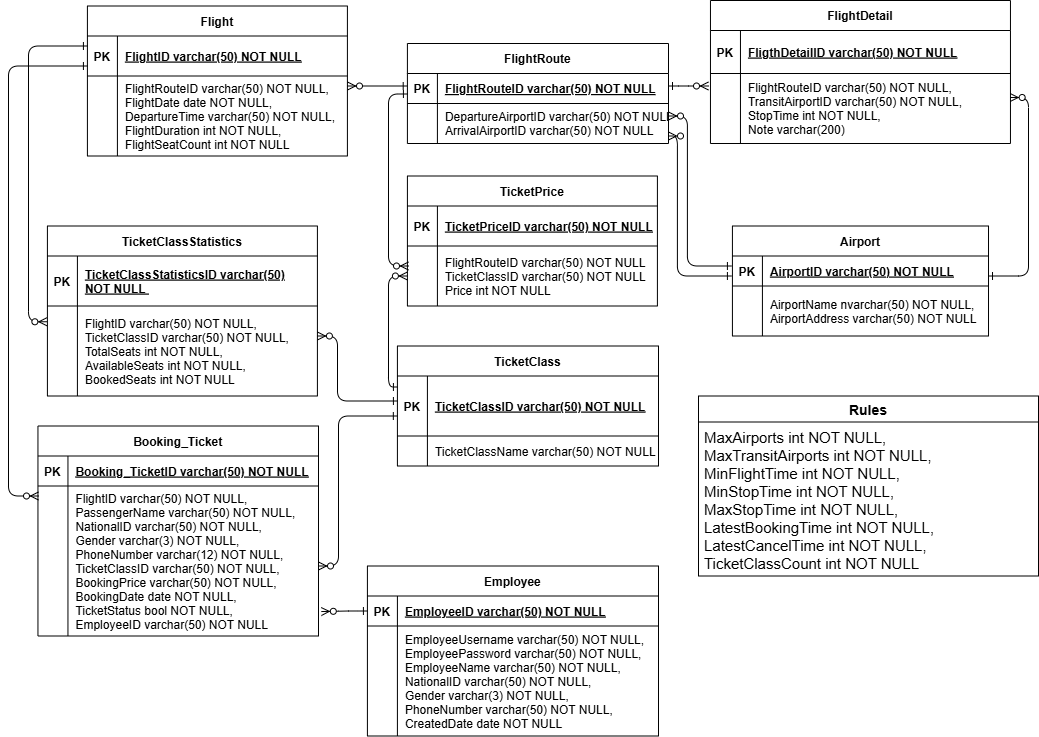
This is database_postgresql/Database_TA.png from Intro-SE/plane-be, a draw.io export, as it was before one commit. Source tidied: cells renumbered, new cells last; positions are measured from the earlier drawing's top-left corner, leaving out a move shared by most shapes.
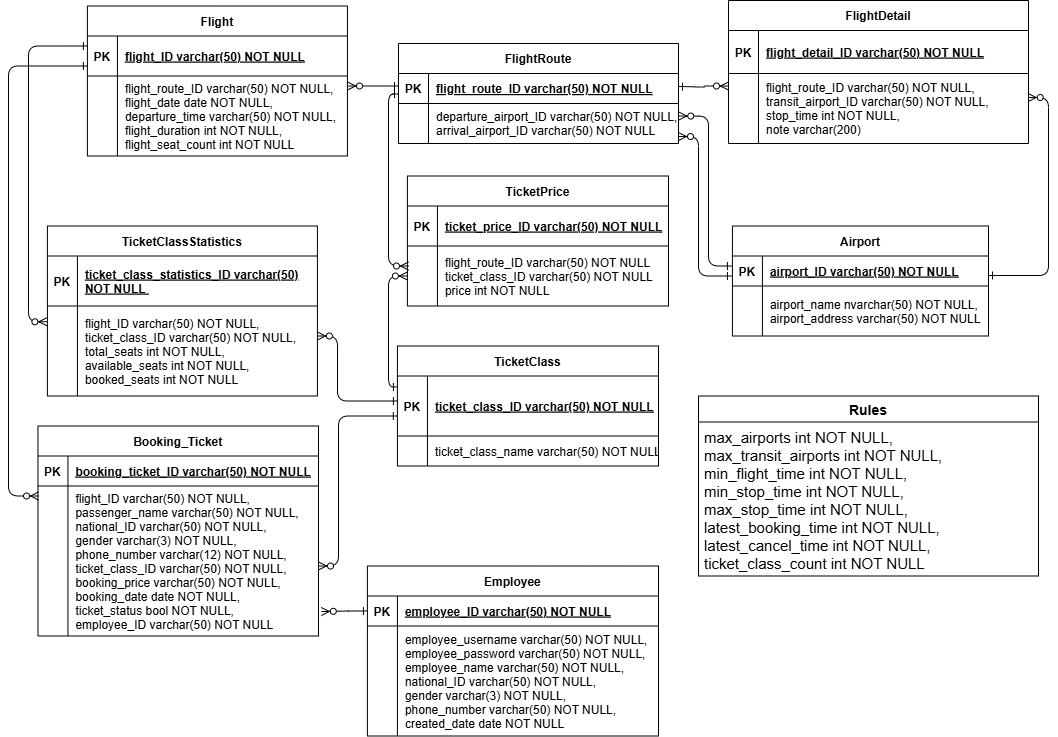
After the commit.

What changed in the source:
```diff
@@ -5,6 +5,6 @@
     <mxCell id="2" value="FlightRoute" style="shape=table;startSize=30;rowLines=0;fontStyle=1;align=center;" parent="1" vertex="1">
-      <mxGeometry x="398.9" y="43" width="261.1" height="100" as="geometry" />
+      <mxGeometry x="390" y="43" width="280" height="100" as="geometry" />
     </mxCell>
     <mxCell id="3" style="shape=partialRectangle;fillColor=none;points=[[0,0.5],[1,0.5]];portConstraint=eastwest;top=0;left=0;right=0;bottom=1;" parent="2" vertex="1">
-      <mxGeometry y="30" width="261.1" height="30" as="geometry" />
+      <mxGeometry y="30" width="280" height="30" as="geometry" />
     </mxCell>
@@ -13,7 +13,7 @@
     </mxCell>
-    <mxCell id="5" value="FlightRouteID varchar(50) NOT NULL " style="shape=partialRectangle;overflow=hidden;fillColor=none;top=0;left=0;bottom=0;right=0;align=left;spacingLeft=6;fontStyle=5;" parent="3" vertex="1">
-      <mxGeometry x="30" width="231.1" height="30" as="geometry" />
+    <mxCell id="5" value="flight_route_ID varchar(50) NOT NULL " style="shape=partialRectangle;overflow=hidden;fillColor=none;top=0;left=0;bottom=0;right=0;align=left;spacingLeft=6;fontStyle=5;" parent="3" vertex="1">
+      <mxGeometry x="30" width="250" height="30" as="geometry" />
     </mxCell>
     <mxCell id="6" style="shape=partialRectangle;fillColor=none;points=[[0,0.5],[1,0.5]];portConstraint=eastwest;top=0;left=0;right=0;bottom=0;" parent="2" vertex="1">
-      <mxGeometry y="60" width="261.1" height="40" as="geometry" />
+      <mxGeometry y="60" width="280" height="40" as="geometry" />
     </mxCell>
@@ -22,7 +22,7 @@
     </mxCell>
-    <mxCell id="8" value="DepartureAirportID varchar(50) NOT NULL,&#10;ArrivalAirportID varchar(50) NOT NULL" style="shape=partialRectangle;overflow=hidden;fillColor=none;top=0;left=0;bottom=0;right=0;align=left;spacingLeft=6;" parent="6" vertex="1">
-      <mxGeometry x="30" width="231.1" height="40" as="geometry" />
+    <mxCell id="8" value="departure_airport_ID varchar(50) NOT NULL,&#10;arrival_airport_ID varchar(50) NOT NULL" style="shape=partialRectangle;overflow=hidden;fillColor=none;top=0;left=0;bottom=0;right=0;align=left;spacingLeft=6;" parent="6" vertex="1">
+      <mxGeometry x="30" width="250" height="40" as="geometry" />
     </mxCell>
     <mxCell id="9" value="FlightDetail" style="shape=table;startSize=30;rowLines=0;fontStyle=1;align=center;" parent="1" vertex="1">
-      <mxGeometry x="702" width="300" height="143" as="geometry" />
+      <mxGeometry x="720" width="300" height="143" as="geometry" />
     </mxCell>
@@ -34,3 +34,3 @@
     </mxCell>
-    <mxCell id="12" value="FligthDetailID varchar(50) NOT NULL" style="shape=partialRectangle;overflow=hidden;fillColor=none;top=0;left=0;bottom=0;right=0;align=left;spacingLeft=6;fontStyle=5;fontColor=default;" parent="10" vertex="1">
+    <mxCell id="12" value="flight_detail_ID varchar(50) NOT NULL" style="shape=partialRectangle;overflow=hidden;fillColor=none;top=0;left=0;bottom=0;right=0;align=left;spacingLeft=6;fontStyle=5;fontColor=default;" parent="10" vertex="1">
       <mxGeometry x="30" width="270" height="43" as="geometry" />
@@ -43,3 +43,3 @@
     </mxCell>
-    <mxCell id="15" value="FlightRouteID varchar(50) NOT NULL,&#10;TransitAirportID varchar(50) NOT NULL,&#10;StopTime int NOT NULL,&#10;Note varchar(200)" style="shape=partialRectangle;overflow=hidden;fillColor=none;top=0;left=0;bottom=0;right=0;align=left;spacingLeft=6;" parent="13" vertex="1">
+    <mxCell id="15" value="flight_route_ID varchar(50) NOT NULL,&#10;transit_airport_ID varchar(50) NOT NULL,&#10;stop_time int NOT NULL,&#10;note varchar(200)" style="shape=partialRectangle;overflow=hidden;fillColor=none;top=0;left=0;bottom=0;right=0;align=left;spacingLeft=6;" parent="13" vertex="1">
       <mxGeometry x="30" width="270" height="70" as="geometry" />
@@ -55,3 +55,3 @@
     </mxCell>
-    <mxCell id="19" value="FlightID varchar(50) NOT NULL " style="shape=partialRectangle;overflow=hidden;fillColor=none;top=0;left=0;bottom=0;right=0;align=left;spacingLeft=6;fontStyle=5;" parent="17" vertex="1">
+    <mxCell id="19" value="flight_ID varchar(50) NOT NULL " style="shape=partialRectangle;overflow=hidden;fillColor=none;top=0;left=0;bottom=0;right=0;align=left;spacingLeft=6;fontStyle=5;" parent="17" vertex="1">
       <mxGeometry x="30" width="230" height="40" as="geometry" />
@@ -64,3 +64,3 @@
     </mxCell>
-    <mxCell id="22" value="FlightRouteID varchar(50) NOT NULL,&#10;FlightDate date NOT NULL,&#10;DepartureTime varchar(50) NOT NULL,&#10;FlightDuration int NOT NULL,&#10;FlightSeatCount int NOT NULL" style="shape=partialRectangle;overflow=hidden;fillColor=none;top=0;left=0;bottom=0;right=0;align=left;spacingLeft=6;fontSize=12;" parent="20" vertex="1">
+    <mxCell id="22" value="flight_route_ID varchar(50) NOT NULL,&#10;flight_date date NOT NULL,&#10;departure_time varchar(50) NOT NULL,&#10;flight_duration int NOT NULL,&#10;flight_seat_count int NOT NULL" style="shape=partialRectangle;overflow=hidden;fillColor=none;top=0;left=0;bottom=0;right=0;align=left;spacingLeft=6;fontSize=12;" parent="20" vertex="1">
       <mxGeometry x="30" width="230" height="80" as="geometry" />
@@ -76,3 +76,3 @@
     </mxCell>
-    <mxCell id="26" value="TicketClassStatisticsID varchar(50) &#10;NOT NULL " style="shape=partialRectangle;overflow=hidden;fillColor=none;top=0;left=0;bottom=0;right=0;align=left;spacingLeft=6;fontStyle=5;" parent="24" vertex="1">
+    <mxCell id="26" value="ticket_class_statistics_ID varchar(50) &#10;NOT NULL " style="shape=partialRectangle;overflow=hidden;fillColor=none;top=0;left=0;bottom=0;right=0;align=left;spacingLeft=6;fontStyle=5;" parent="24" vertex="1">
       <mxGeometry x="30" width="240" height="50" as="geometry" />
@@ -85,3 +85,3 @@
     </mxCell>
-    <mxCell id="29" value="FlightID varchar(50) NOT NULL,&#10;TicketClassID varchar(50) NOT NULL,&#10;TotalSeats int NOT NULL,&#10;AvailableSeats int NOT NULL,&#10;BookedSeats int NOT NULL" style="shape=partialRectangle;overflow=hidden;fillColor=none;top=0;left=0;bottom=0;right=0;align=left;spacingLeft=6;" parent="27" vertex="1">
+    <mxCell id="29" value="flight_ID varchar(50) NOT NULL,&#10;ticket_class_ID varchar(50) NOT NULL,&#10;total_seats int NOT NULL,&#10;available_seats int NOT NULL,&#10;booked_seats int NOT NULL" style="shape=partialRectangle;overflow=hidden;fillColor=none;top=0;left=0;bottom=0;right=0;align=left;spacingLeft=6;" parent="27" vertex="1">
       <mxGeometry x="30" width="240" height="90" as="geometry" />
@@ -98,6 +98,6 @@
     <mxCell id="31" value="TicketPrice" style="shape=table;startSize=30;rowLines=0;fontStyle=1;align=center;" parent="1" vertex="1">
-      <mxGeometry x="398.9" y="175.5" width="250" height="130" as="geometry" />
+      <mxGeometry x="398.9" y="175.5" width="261.1" height="130" as="geometry" />
     </mxCell>
     <mxCell id="32" style="shape=partialRectangle;fillColor=none;top=0;left=0;right=0;bottom=1;" parent="31" vertex="1">
-      <mxGeometry y="30" width="250" height="40" as="geometry" />
+      <mxGeometry y="30" width="261.1" height="40" as="geometry" />
     </mxCell>
@@ -106,7 +106,7 @@
     </mxCell>
-    <mxCell id="34" value="TicketPriceID varchar(50) NOT NULL" style="shape=partialRectangle;overflow=hidden;fillColor=none;top=0;left=0;bottom=0;right=0;align=left;spacingLeft=6;fontStyle=5;" parent="32" vertex="1">
-      <mxGeometry x="30" width="220" height="40" as="geometry" />
+    <mxCell id="34" value="ticket_price_ID varchar(50) NOT NULL" style="shape=partialRectangle;overflow=hidden;fillColor=none;top=0;left=0;bottom=0;right=0;align=left;spacingLeft=6;fontStyle=5;" parent="32" vertex="1">
+      <mxGeometry x="30" width="231.1" height="40" as="geometry" />
     </mxCell>
     <mxCell id="35" style="shape=partialRectangle;fillColor=none;points=[[0,0.5],[1,0.5]];portConstraint=eastwest;top=0;left=0;right=0;bottom=0;" parent="31" vertex="1">
-      <mxGeometry y="70" width="250" height="60" as="geometry" />
+      <mxGeometry y="70" width="261.1" height="60" as="geometry" />
     </mxCell>
@@ -115,4 +115,4 @@
     </mxCell>
-    <mxCell id="37" value="FlightRouteID varchar(50) NOT NULL&#10;TicketClassID varchar(50) NOT NULL&#10;Price int NOT NULL" style="shape=partialRectangle;overflow=hidden;fillColor=none;top=0;left=0;bottom=0;right=0;align=left;spacingLeft=6;" parent="35" vertex="1">
-      <mxGeometry x="30" width="220" height="60" as="geometry" />
+    <mxCell id="37" value="flight_route_ID varchar(50) NOT NULL&#10;ticket_class_ID varchar(50) NOT NULL&#10;price int NOT NULL" style="shape=partialRectangle;overflow=hidden;fillColor=none;top=0;left=0;bottom=0;right=0;align=left;spacingLeft=6;" parent="35" vertex="1">
+      <mxGeometry x="30" width="231.1" height="60" as="geometry" />
     </mxCell>
@@ -127,3 +127,3 @@
     </mxCell>
-    <mxCell id="41" value="TicketClassID varchar(50) NOT NULL " style="shape=partialRectangle;overflow=hidden;fillColor=none;top=0;left=0;bottom=0;right=0;align=left;spacingLeft=6;fontStyle=5;" parent="39" vertex="1">
+    <mxCell id="41" value="ticket_class_ID varchar(50) NOT NULL " style="shape=partialRectangle;overflow=hidden;fillColor=none;top=0;left=0;bottom=0;right=0;align=left;spacingLeft=6;fontStyle=5;" parent="39" vertex="1">
       <mxGeometry x="30" width="231.1" height="60" as="geometry" />
@@ -136,3 +136,3 @@
     </mxCell>
-    <mxCell id="44" value="TicketClassName varchar(50) NOT NULL" style="shape=partialRectangle;overflow=hidden;fillColor=none;top=0;left=0;bottom=0;right=0;align=left;spacingLeft=6;" parent="42" vertex="1">
+    <mxCell id="44" value="ticket_class_name varchar(50) NOT NULL" style="shape=partialRectangle;overflow=hidden;fillColor=none;top=0;left=0;bottom=0;right=0;align=left;spacingLeft=6;" parent="42" vertex="1">
       <mxGeometry x="30" width="231.1" height="30" as="geometry" />
@@ -167,3 +167,3 @@
     </mxCell>
-    <mxCell id="50" value="AirportID varchar(50) NOT NULL " style="shape=partialRectangle;overflow=hidden;fillColor=none;top=0;left=0;bottom=0;right=0;align=left;spacingLeft=6;fontStyle=5;" parent="48" vertex="1">
+    <mxCell id="50" value="airport_ID varchar(50) NOT NULL " style="shape=partialRectangle;overflow=hidden;fillColor=none;top=0;left=0;bottom=0;right=0;align=left;spacingLeft=6;fontStyle=5;" parent="48" vertex="1">
       <mxGeometry x="30" width="226.1" height="30" as="geometry" />
@@ -176,3 +176,3 @@
     </mxCell>
-    <mxCell id="53" value="AirportName nvarchar(50) NOT NULL,&#10;AirportAddress varchar(50) NOT NULL" style="shape=partialRectangle;overflow=hidden;fillColor=none;top=0;left=0;bottom=0;right=0;align=left;spacingLeft=6;" parent="51" vertex="1">
+    <mxCell id="53" value="airport_name nvarchar(50) NOT NULL,&#10;airport_address varchar(50) NOT NULL" style="shape=partialRectangle;overflow=hidden;fillColor=none;top=0;left=0;bottom=0;right=0;align=left;spacingLeft=6;" parent="51" vertex="1">
       <mxGeometry x="30" width="226.1" height="50" as="geometry" />
@@ -188,3 +188,3 @@
     </mxCell>
-    <mxCell id="57" value="Booking_TicketID varchar(50) NOT NULL" style="shape=partialRectangle;overflow=hidden;fillColor=none;top=0;left=0;bottom=0;right=0;align=left;spacingLeft=6;fontStyle=5;" parent="55" vertex="1">
+    <mxCell id="57" value="booking_ticket_ID varchar(50) NOT NULL" style="shape=partialRectangle;overflow=hidden;fillColor=none;top=0;left=0;bottom=0;right=0;align=left;spacingLeft=6;fontStyle=5;" parent="55" vertex="1">
       <mxGeometry x="30" width="250.6" height="30" as="geometry" />
@@ -197,3 +197,3 @@
     </mxCell>
-    <mxCell id="60" value="FlightID varchar(50) NOT NULL,&#10;PassengerName varchar(50) NOT NULL,&#10;NationalID varchar(50) NOT NULL,&#10;Gender varchar(3) NOT NULL,&#10;PhoneNumber varchar(12) NOT NULL,&#10;TicketClassID varchar(50) NOT NULL,&#10;BookingPrice varchar(50) NOT NULL,&#10;BookingDate date NOT NULL,&#10;TicketStatus bool NOT NULL,&#10;EmployeeID varchar(50) NOT NULL" style="shape=partialRectangle;overflow=hidden;fillColor=none;top=0;left=0;bottom=0;right=0;align=left;spacingLeft=6;" parent="58" vertex="1">
+    <mxCell id="60" value="flight_ID varchar(50) NOT NULL,&#10;passenger_name varchar(50) NOT NULL,&#10;national_ID varchar(50) NOT NULL,&#10;gender varchar(3) NOT NULL,&#10;phone_number varchar(12) NOT NULL,&#10;ticket_class_ID varchar(50) NOT NULL,&#10;booking_price varchar(50) NOT NULL,&#10;booking_date date NOT NULL,&#10;ticket_status bool NOT NULL,&#10;employee_ID varchar(50) NOT NULL" style="shape=partialRectangle;overflow=hidden;fillColor=none;top=0;left=0;bottom=0;right=0;align=left;spacingLeft=6;" parent="58" vertex="1">
       <mxGeometry x="30" width="250.6" height="150" as="geometry" />
@@ -203,3 +203,3 @@
     </mxCell>
-    <mxCell id="62" value="&lt;div&gt;&lt;span style=&quot;font-size: 15px;&quot;&gt;MaxAirports int NOT NULL,&lt;/span&gt;&lt;/div&gt;&lt;div&gt;&lt;span style=&quot;font-size: 15px;&quot;&gt;MaxTransitAirports int NOT NULL,&lt;/span&gt;&lt;/div&gt;&lt;div&gt;&lt;span style=&quot;font-size: 15px;&quot;&gt;MinFlightTime int NOT NULL,&lt;/span&gt;&lt;/div&gt;&lt;div&gt;&lt;span style=&quot;font-size: 15px;&quot;&gt;MinStopTime int NOT NULL,&lt;/span&gt;&lt;/div&gt;&lt;div&gt;&lt;span style=&quot;font-size: 15px;&quot;&gt;MaxStopTime int NOT NULL,&lt;/span&gt;&lt;/div&gt;&lt;div&gt;&lt;span style=&quot;font-size: 15px;&quot;&gt;LatestBookingTime int NOT NULL,&lt;/span&gt;&lt;/div&gt;&lt;div&gt;&lt;span style=&quot;font-size: 15px;&quot;&gt;LatestCancelTime int NOT NULL,&lt;/span&gt;&lt;/div&gt;&lt;div&gt;&lt;span style=&quot;font-size: 15px;&quot;&gt;TicketClassCount int NOT NULL&lt;/span&gt;&lt;/div&gt;" style="text;strokeColor=none;fillColor=none;spacingLeft=4;spacingRight=4;overflow=hidden;fontSize=12;whiteSpace=wrap;html=1;" parent="61" vertex="1">
+    <mxCell id="62" value="&lt;div&gt;&lt;span style=&quot;background-color: transparent; font-size: 15px;&quot;&gt;max_airports&lt;/span&gt;&lt;span style=&quot;font-size: 15px;&quot;&gt;&amp;nbsp;int NOT NULL,&lt;/span&gt;&lt;/div&gt;&lt;div&gt;&lt;span style=&quot;background-color: transparent; font-size: 15px;&quot;&gt;max_transit_airports&lt;/span&gt;&lt;span style=&quot;font-size: 15px;&quot;&gt;&amp;nbsp;int NOT NULL,&lt;/span&gt;&lt;/div&gt;&lt;div&gt;&lt;span style=&quot;background-color: transparent; font-size: 15px;&quot;&gt;min_flight_time&lt;/span&gt;&lt;span style=&quot;font-size: 15px;&quot;&gt;&amp;nbsp;int NOT NULL,&lt;/span&gt;&lt;/div&gt;&lt;div&gt;&lt;span style=&quot;background-color: transparent; font-size: 15px;&quot;&gt;min_stop_time&lt;/span&gt;&lt;span style=&quot;font-size: 15px;&quot;&gt;&amp;nbsp;int NOT NULL,&lt;/span&gt;&lt;/div&gt;&lt;div&gt;&lt;span style=&quot;background-color: transparent; font-size: 15px;&quot;&gt;max_stop_time&amp;nbsp;&lt;/span&gt;&lt;span style=&quot;font-size: 15px;&quot;&gt;int NOT NULL,&lt;/span&gt;&lt;/div&gt;&lt;div&gt;&lt;span style=&quot;background-color: transparent; font-size: 15px;&quot;&gt;latest_booking_time&lt;/span&gt;&lt;span style=&quot;font-size: 15px;&quot;&gt;&amp;nbsp;int NOT NULL,&lt;/span&gt;&lt;/div&gt;&lt;div&gt;&lt;span style=&quot;background-color: transparent; font-size: 15px;&quot;&gt;latest_cancel_time&amp;nbsp;&lt;/span&gt;&lt;span style=&quot;font-size: 15px;&quot;&gt;int NOT NULL,&lt;/span&gt;&lt;/div&gt;&lt;div&gt;&lt;span style=&quot;background-color: transparent; font-size: 15px;&quot;&gt;ticket_class_count&lt;/span&gt;&lt;span style=&quot;font-size: 15px;&quot;&gt;&amp;nbsp;int NOT NULL&lt;/span&gt;&lt;/div&gt;" style="text;strokeColor=none;fillColor=none;spacingLeft=4;spacingRight=4;overflow=hidden;fontSize=12;whiteSpace=wrap;html=1;" parent="61" vertex="1">
       <mxGeometry y="26" width="340" height="154" as="geometry" />
@@ -228,4 +228,4 @@
         <Array as="points">
-          <mxPoint x="1020" y="275.5" />
-          <mxPoint x="1020" y="97.5" />
+          <mxPoint x="1040" y="275" />
+          <mxPoint x="1040" y="97" />
         </Array>
@@ -233,10 +233,8 @@
     </mxCell>
-    <mxCell id="66" style="edgeStyle=orthogonalEdgeStyle;endArrow=ERzeroToMany;startArrow=ERone;endFill=1;startFill=0;" parent="1" edge="1">
+    <mxCell id="66" style="edgeStyle=orthogonalEdgeStyle;endArrow=ERzeroToMany;startArrow=ERone;endFill=1;startFill=0;entryX=1.001;entryY=0.314;entryDx=0;entryDy=0;entryPerimeter=0;" parent="1" edge="1" target="6">
       <mxGeometry relative="1" as="geometry">
         <mxPoint x="722.9" y="265.5" as="sourcePoint" />
-        <mxPoint x="660" y="115.5" as="targetPoint" />
         <Array as="points">
-          <mxPoint x="722.9" y="265.5" />
-          <mxPoint x="678.9" y="265.5" />
-          <mxPoint x="678.9" y="115.5" />
+          <mxPoint x="700" y="266" />
+          <mxPoint x="700" y="116" />
         </Array>
@@ -244,9 +242,8 @@
     </mxCell>
-    <mxCell id="67" style="edgeStyle=orthogonalEdgeStyle;endArrow=ERzeroToMany;startArrow=ERone;endFill=1;startFill=0;" parent="1" edge="1">
+    <mxCell id="67" style="edgeStyle=orthogonalEdgeStyle;endArrow=ERzeroToMany;startArrow=ERone;endFill=1;startFill=0;entryX=1;entryY=0.826;entryDx=0;entryDy=0;entryPerimeter=0;" parent="1" edge="1" target="6">
       <mxGeometry relative="1" as="geometry">
         <mxPoint x="722.9" y="275.5" as="sourcePoint" />
-        <mxPoint x="660" y="135.5" as="targetPoint" />
         <Array as="points">
-          <mxPoint x="668.9" y="275.5" />
-          <mxPoint x="668.9" y="135.5" />
+          <mxPoint x="690" y="276" />
+          <mxPoint x="690" y="136" />
         </Array>
@@ -263,3 +260,3 @@
     </mxCell>
-    <mxCell id="71" value="EmployeeID varchar(50) NOT NULL" style="shape=partialRectangle;overflow=hidden;fillColor=none;top=0;left=0;bottom=0;right=0;align=left;spacingLeft=6;fontStyle=5;" parent="69" vertex="1">
+    <mxCell id="71" value="employee_ID varchar(50) NOT NULL" style="shape=partialRectangle;overflow=hidden;fillColor=none;top=0;left=0;bottom=0;right=0;align=left;spacingLeft=6;fontStyle=5;" parent="69" vertex="1">
       <mxGeometry x="30" width="261.1" height="30" as="geometry" />
@@ -272,3 +269,3 @@
     </mxCell>
-    <mxCell id="74" value="EmployeeUsername varchar(50) NOT NULL,&#10;EmployeePassword varchar(50) NOT NULL,&#10;EmployeeName varchar(50) NOT NULL,&#10;NationalID varchar(50) NOT NULL,&#10;Gender varchar(3) NOT NULL,&#10;PhoneNumber varchar(50) NOT NULL,&#10;CreatedDate date NOT NULL" style="shape=partialRectangle;overflow=hidden;fillColor=none;top=0;left=0;bottom=0;right=0;align=left;spacingLeft=6;" parent="72" vertex="1">
+    <mxCell id="74" value="employee_username varchar(50) NOT NULL,&#10;employee_password varchar(50) NOT NULL,&#10;employee_name varchar(50) NOT NULL,&#10;national_ID varchar(50) NOT NULL,&#10;gender varchar(3) NOT NULL,&#10;phone_number varchar(50) NOT NULL,&#10;created_date date NOT NULL" style="shape=partialRectangle;overflow=hidden;fillColor=none;top=0;left=0;bottom=0;right=0;align=left;spacingLeft=6;" parent="72" vertex="1">
       <mxGeometry x="30" width="261.1" height="110" as="geometry" />
@@ -282,8 +279,7 @@
     </mxCell>
-    <mxCell id="76" style="edgeStyle=orthogonalEdgeStyle;endArrow=ERzeroToMany;startArrow=ERone;endFill=1;startFill=0;" parent="1" edge="1">
+    <mxCell id="76" style="edgeStyle=orthogonalEdgeStyle;endArrow=ERzeroToMany;startArrow=ERone;endFill=1;startFill=0;exitX=0;exitY=0.425;exitDx=0;exitDy=0;exitPerimeter=0;" parent="1" edge="1" source="3">
       <mxGeometry relative="1" as="geometry">
-        <mxPoint x="398.7" y="85.4" as="sourcePoint" />
         <mxPoint x="339" y="85.5" as="targetPoint" />
         <Array as="points">
-          <mxPoint x="339" y="85.4" />
+          <mxPoint x="339" y="85" />
         </Array>
@@ -300,9 +296,5 @@
     </mxCell>
-    <mxCell id="78" style="edgeStyle=orthogonalEdgeStyle;endArrow=ERzeroToMany;startArrow=ERone;endFill=1;startFill=0;" parent="1" edge="1">
+    <mxCell id="78" style="edgeStyle=orthogonalEdgeStyle;endArrow=ERzeroToMany;startArrow=ERone;endFill=1;startFill=0;entryX=0;entryY=0.179;entryDx=0;entryDy=0;entryPerimeter=0;" parent="1" edge="1" target="13">
       <mxGeometry relative="1" as="geometry">
-        <mxPoint x="660" y="85.5" as="sourcePoint" />
-        <mxPoint x="700" y="85.5" as="targetPoint" />
-        <Array as="points">
-          <mxPoint x="680" y="85.5" />
-        </Array>
+        <mxPoint x="670" y="86" as="sourcePoint" />
       </mxGeometry>
```
